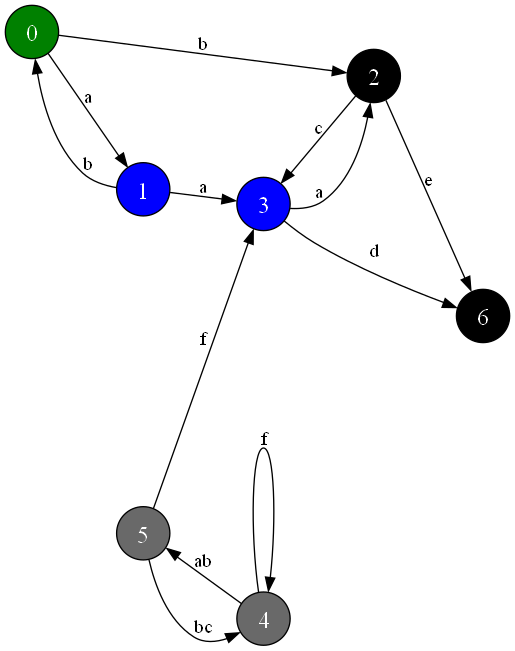
This is automate.png from HeriniavoFaly/Automate, a Graphviz export, as it was before one commit. Its source is kept beside it as automate.dot.
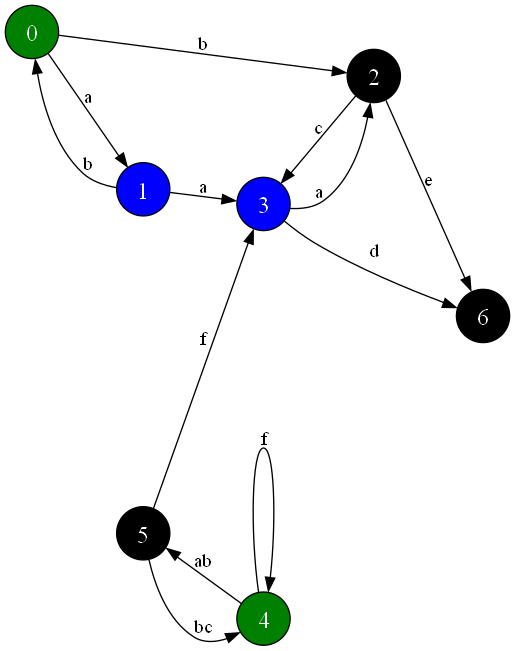
After the commit.

What changed in the source:
```diff
@@ -15,8 +15,7 @@
 	3->6[label="d"]
 	2->6[label="e"]
 	0[fillcolor="webgreen"]
+	4[fillcolor="webgreen"]
 	1[fillcolor="blue"]
 	3[fillcolor="blue"]
-	5[fillcolor="dimgray"]
-	4[fillcolor="dimgray"]
 }
```
